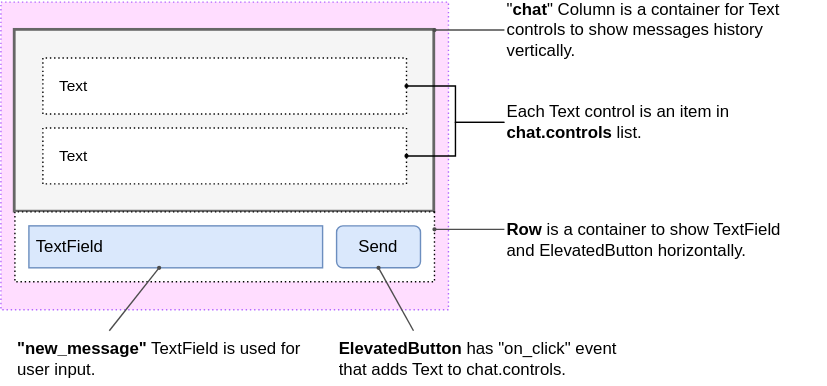
The draw.io diagram sdk/python/examples/tutorials/chat/media/layout-1.svg in flet-dev/flet, before a commit. Source tidied: cells renumbered, new cells last; positions are measured from the earlier drawing's top-left corner, leaving out a move shared by most shapes.
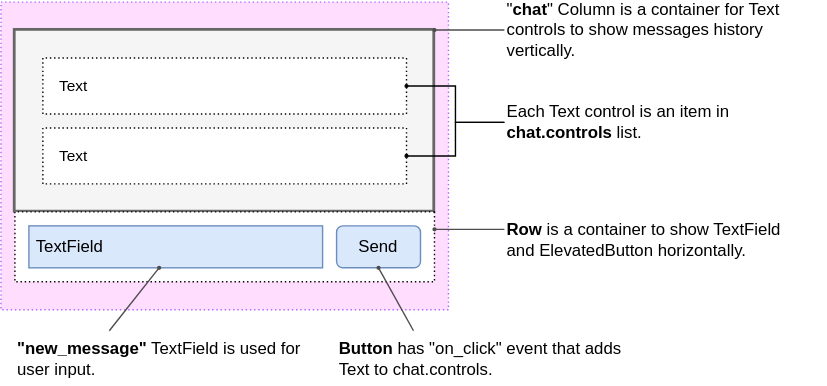
Later version of the same file.

Change to the diagram source:
```diff
@@ -20,7 +20,7 @@
     <mxCell id="7" value="Send" style="rounded=1;whiteSpace=wrap;html=1;fillColor=#dae8fc;sketch=0;strokeColor=#6c8ebf;" parent="1" vertex="1">
       <mxGeometry x="240" y="160" width="60" height="30" as="geometry" />
     </mxCell>
-    <mxCell id="8" value="&lt;b&gt;ElevatedButton&lt;/b&gt; has &quot;on_click&quot; event that adds Text to chat.controls." style="text;html=1;strokeColor=none;fillColor=none;align=left;verticalAlign=middle;whiteSpace=wrap;rounded=0;dashed=1;dashPattern=1 2;sketch=0;fontSize=12;" parent="1" vertex="1">
+    <mxCell id="8" value="&lt;b&gt;Button&lt;/b&gt; has &quot;on_click&quot; event that adds Text to chat.controls." style="text;html=1;strokeColor=none;fillColor=none;align=left;verticalAlign=middle;whiteSpace=wrap;rounded=0;dashed=1;dashPattern=1 2;sketch=0;fontSize=12;" parent="1" vertex="1">
       <mxGeometry x="240" y="235" width="220" height="39" as="geometry" />
     </mxCell>
     <mxCell id="9" style="endArrow=oval;html=1;endFill=1;strokeWidth=1;jumpSize=5;endSize=2;startSize=2;strokeColor=#4D4D4D;entryX=0.5;entryY=1;entryDx=0;entryDy=0;exitX=0.25;exitY=0;exitDx=0;exitDy=0;" parent="1" edge="1" source="8" target="7">
```
